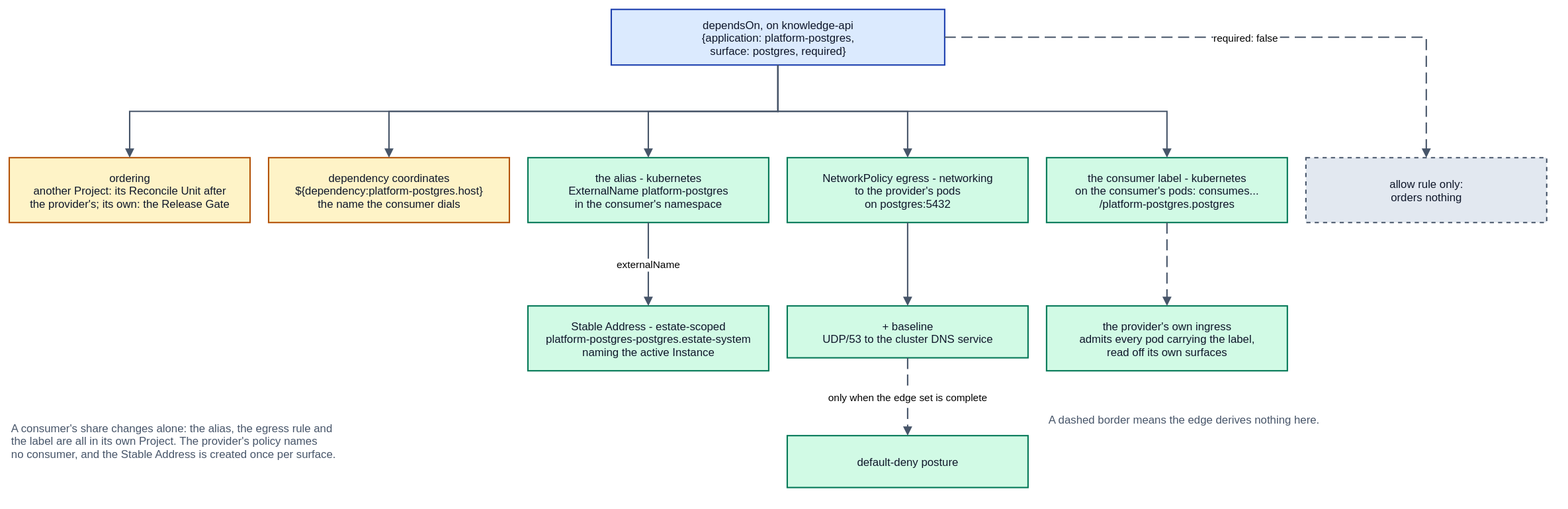
Before: spec/v1/diagrams/16-edge-derives.drawio.svg, a diagram exported from draw.io (JorisJonkers-dev/deploy-kit). Source tidied: cells renumbered, new cells last; positions are measured from the earlier drawing's top-left corner, leaving out a move shared by most shapes. Source of this version:
```xml
<mxGraphModel>
  <root>
    <mxCell id="0" />
    <mxCell id="1" parent="0" />
    <mxCell id="2" value="dependsOn, on knowledge-api&#10;{application: platform-postgres,&#10;surface: postgres, required}" style="rounded=0;whiteSpace=nowrap;html=0;align=center;verticalAlign=middle;fillColor=#dbeafe;strokeColor=#1e40af;strokeWidth=1.5;fontFamily=Helvetica;fontSize=12;fontColor=#0f172a;" parent="1" vertex="1">
      <mxGeometry x="650" width="360" height="60" as="geometry" />
    </mxCell>
    <mxCell id="3" value="ordering&#10;another Project: its Reconcile Unit after&#10;the provider's; its own: the Release Gate" style="rounded=0;whiteSpace=nowrap;html=0;align=center;verticalAlign=middle;fillColor=#fef3c7;strokeColor=#b45309;strokeWidth=1.5;fontFamily=Helvetica;fontSize=12;fontColor=#0f172a;" parent="1" vertex="1">
      <mxGeometry y="160" width="260" height="70" as="geometry" />
    </mxCell>
    <mxCell id="4" value="dependency coordinates&#10;${dependency:platform-postgres.host}&#10;the name the consumer dials" style="rounded=0;whiteSpace=nowrap;html=0;align=center;verticalAlign=middle;fillColor=#fef3c7;strokeColor=#b45309;strokeWidth=1.5;fontFamily=Helvetica;fontSize=12;fontColor=#0f172a;" parent="1" vertex="1">
      <mxGeometry x="280" y="160" width="260" height="70" as="geometry" />
    </mxCell>
    <mxCell id="5" value="the alias - kubernetes&#10;ExternalName platform-postgres&#10;in the consumer's namespace" style="rounded=0;whiteSpace=nowrap;html=0;align=center;verticalAlign=middle;fillColor=#d1fae5;strokeColor=#047857;strokeWidth=1.5;fontFamily=Helvetica;fontSize=12;fontColor=#0f172a;" parent="1" vertex="1">
      <mxGeometry x="560" y="160" width="260" height="70" as="geometry" />
    </mxCell>
    <mxCell id="6" value="NetworkPolicy egress - networking&#10;to the provider's pods&#10;on postgres:5432" style="rounded=0;whiteSpace=nowrap;html=0;align=center;verticalAlign=middle;fillColor=#d1fae5;strokeColor=#047857;strokeWidth=1.5;fontFamily=Helvetica;fontSize=12;fontColor=#0f172a;" parent="1" vertex="1">
      <mxGeometry x="840" y="160" width="260" height="70" as="geometry" />
    </mxCell>
    <mxCell id="7" value="the consumer label - kubernetes&#10;on the consumer's pods: consumes...&#10;/platform-postgres.postgres" style="rounded=0;whiteSpace=nowrap;html=0;align=center;verticalAlign=middle;fillColor=#d1fae5;strokeColor=#047857;strokeWidth=1.5;fontFamily=Helvetica;fontSize=12;fontColor=#0f172a;" parent="1" vertex="1">
      <mxGeometry x="1120" y="160" width="260" height="70" as="geometry" />
    </mxCell>
    <mxCell id="8" value="allow rule only:&#10;orders nothing" style="rounded=0;whiteSpace=nowrap;html=0;align=center;verticalAlign=middle;fillColor=#e2e8f0;strokeColor=#475569;strokeWidth=1.5;fontFamily=Helvetica;fontSize=12;fontColor=#0f172a;dashed=1;" parent="1" vertex="1">
      <mxGeometry x="1400" y="160" width="260" height="70" as="geometry" />
    </mxCell>
    <mxCell id="9" style="edgeStyle=orthogonalEdgeStyle;rounded=0;html=0;jettySize=auto;jumpStyle=arc;jumpSize=8;endArrow=block;endFill=1;strokeColor=#475569;strokeWidth=1.5;fontSize=11;fontFamily=Helvetica;labelBackgroundColor=#ffffff;exitX=0.5;exitY=1;exitDx=0;exitDy=0;entryX=0.5;entryY=0;entryDx=0;entryDy=0;" parent="1" edge="1" source="2" target="3">
      <mxGeometry relative="1" as="geometry" />
    </mxCell>
    <mxCell id="10" style="edgeStyle=orthogonalEdgeStyle;rounded=0;html=0;jettySize=auto;jumpStyle=arc;jumpSize=8;endArrow=block;endFill=1;strokeColor=#475569;strokeWidth=1.5;fontSize=11;fontFamily=Helvetica;labelBackgroundColor=#ffffff;exitX=0.5;exitY=1;exitDx=0;exitDy=0;entryX=0.5;entryY=0;entryDx=0;entryDy=0;" parent="1" edge="1" source="2" target="4">
      <mxGeometry relative="1" as="geometry" />
    </mxCell>
    <mxCell id="11" style="edgeStyle=orthogonalEdgeStyle;rounded=0;html=0;jettySize=auto;jumpStyle=arc;jumpSize=8;endArrow=block;endFill=1;strokeColor=#475569;strokeWidth=1.5;fontSize=11;fontFamily=Helvetica;labelBackgroundColor=#ffffff;exitX=0.5;exitY=1;exitDx=0;exitDy=0;entryX=0.5;entryY=0;entryDx=0;entryDy=0;" parent="1" edge="1" source="2" target="5">
      <mxGeometry relative="1" as="geometry" />
    </mxCell>
    <mxCell id="12" style="edgeStyle=orthogonalEdgeStyle;rounded=0;html=0;jettySize=auto;jumpStyle=arc;jumpSize=8;endArrow=block;endFill=1;strokeColor=#475569;strokeWidth=1.5;fontSize=11;fontFamily=Helvetica;labelBackgroundColor=#ffffff;exitX=0.5;exitY=1;exitDx=0;exitDy=0;entryX=0.5;entryY=0;entryDx=0;entryDy=0;" parent="1" edge="1" source="2" target="6">
      <mxGeometry relative="1" as="geometry" />
    </mxCell>
    <mxCell id="13" style="edgeStyle=orthogonalEdgeStyle;rounded=0;html=0;jettySize=auto;jumpStyle=arc;jumpSize=8;endArrow=block;endFill=1;strokeColor=#475569;strokeWidth=1.5;fontSize=11;fontFamily=Helvetica;labelBackgroundColor=#ffffff;exitX=0.5;exitY=1;exitDx=0;exitDy=0;entryX=0.5;entryY=0;entryDx=0;entryDy=0;" parent="1" edge="1" source="2" target="7">
      <mxGeometry relative="1" as="geometry" />
    </mxCell>
    <mxCell id="14" value="required: false" style="edgeStyle=orthogonalEdgeStyle;rounded=0;html=0;jettySize=auto;jumpStyle=arc;jumpSize=8;endArrow=block;endFill=1;strokeColor=#475569;strokeWidth=1.5;fontSize=11;fontFamily=Helvetica;labelBackgroundColor=#ffffff;exitX=1;exitY=0.5;exitDx=0;exitDy=0;entryX=0.5;entryY=0;entryDx=0;entryDy=0;dashed=1;dashPattern=8 4;" parent="1" edge="1" source="2" target="8">
      <mxGeometry relative="1" as="geometry" />
    </mxCell>
    <mxCell id="15" value="Stable Address - estate-scoped&#10;platform-postgres-postgres.estate-system&#10;naming the active Instance" style="rounded=0;whiteSpace=nowrap;html=0;align=center;verticalAlign=middle;fillColor=#d1fae5;strokeColor=#047857;strokeWidth=1.5;fontFamily=Helvetica;fontSize=12;fontColor=#0f172a;" parent="1" vertex="1">
      <mxGeometry x="560" y="320" width="260" height="70" as="geometry" />
    </mxCell>
    <mxCell id="16" value="+ baseline&#10;UDP/53 to the cluster DNS service" style="rounded=0;whiteSpace=nowrap;html=0;align=center;verticalAlign=middle;fillColor=#d1fae5;strokeColor=#047857;strokeWidth=1.5;fontFamily=Helvetica;fontSize=12;fontColor=#0f172a;" parent="1" vertex="1">
      <mxGeometry x="840" y="320" width="260" height="56" as="geometry" />
    </mxCell>
    <mxCell id="17" value="the provider's own ingress&#10;admits every pod carrying the label,&#10;read off its own surfaces" style="rounded=0;whiteSpace=nowrap;html=0;align=center;verticalAlign=middle;fillColor=#d1fae5;strokeColor=#047857;strokeWidth=1.5;fontFamily=Helvetica;fontSize=12;fontColor=#0f172a;" parent="1" vertex="1">
      <mxGeometry x="1120" y="320" width="260" height="70" as="geometry" />
    </mxCell>
    <mxCell id="18" value="default-deny posture" style="rounded=0;whiteSpace=nowrap;html=0;align=center;verticalAlign=middle;fillColor=#d1fae5;strokeColor=#047857;strokeWidth=1.5;fontFamily=Helvetica;fontSize=12;fontColor=#0f172a;" parent="1" vertex="1">
      <mxGeometry x="840" y="460" width="260" height="56" as="geometry" />
    </mxCell>
    <mxCell id="19" value="externalName" style="edgeStyle=orthogonalEdgeStyle;rounded=0;html=0;jettySize=auto;jumpStyle=arc;jumpSize=8;endArrow=block;endFill=1;strokeColor=#475569;strokeWidth=1.5;fontSize=11;fontFamily=Helvetica;labelBackgroundColor=#ffffff;exitX=0.5;exitY=1;exitDx=0;exitDy=0;entryX=0.5;entryY=0;entryDx=0;entryDy=0;" parent="1" edge="1" source="5" target="15">
      <mxGeometry relative="1" as="geometry" />
    </mxCell>
    <mxCell id="20" style="edgeStyle=orthogonalEdgeStyle;rounded=0;html=0;jettySize=auto;jumpStyle=arc;jumpSize=8;endArrow=block;endFill=1;strokeColor=#475569;strokeWidth=1.5;fontSize=11;fontFamily=Helvetica;labelBackgroundColor=#ffffff;exitX=0.5;exitY=1;exitDx=0;exitDy=0;entryX=0.5;entryY=0;entryDx=0;entryDy=0;" parent="1" edge="1" source="6" target="16">
      <mxGeometry relative="1" as="geometry" />
    </mxCell>
    <mxCell id="21" style="edgeStyle=orthogonalEdgeStyle;rounded=0;html=0;jettySize=auto;jumpStyle=arc;jumpSize=8;endArrow=block;endFill=1;strokeColor=#475569;strokeWidth=1.5;fontSize=11;fontFamily=Helvetica;labelBackgroundColor=#ffffff;exitX=0.5;exitY=1;exitDx=0;exitDy=0;entryX=0.5;entryY=0;entryDx=0;entryDy=0;dashed=1;dashPattern=8 4;" parent="1" edge="1" source="7" target="17">
      <mxGeometry relative="1" as="geometry" />
    </mxCell>
    <mxCell id="22" value="only when the edge set is complete" style="edgeStyle=orthogonalEdgeStyle;rounded=0;html=0;jettySize=auto;jumpStyle=arc;jumpSize=8;endArrow=block;endFill=1;strokeColor=#475569;strokeWidth=1.5;fontSize=11;fontFamily=Helvetica;labelBackgroundColor=#ffffff;exitX=0.5;exitY=1;exitDx=0;exitDy=0;entryX=0.5;entryY=0;entryDx=0;entryDy=0;dashed=1;dashPattern=8 4;" parent="1" edge="1" source="16" target="18">
      <mxGeometry relative="1" as="geometry" />
    </mxCell>
    <mxCell id="23" value="A consumer's share changes alone: the alias, the egress rule and&#10;the label are all in its own Project. The provider's policy names&#10;no consumer, and the Stable Address is created once per surface." style="text;html=0;strokeColor=none;fillColor=none;align=left;verticalAlign=middle;fontFamily=Helvetica;fontSize=12;fontColor=#475569;" parent="1" vertex="1">
      <mxGeometry y="430" width="520" height="70" as="geometry" />
    </mxCell>
    <mxCell id="24" value="A dashed border means the edge derives nothing here." style="text;html=0;strokeColor=none;fillColor=none;align=left;verticalAlign=middle;fontFamily=Helvetica;fontSize=12;fontColor=#475569;" parent="1" vertex="1">
      <mxGeometry x="1120" y="430" width="540" height="24" as="geometry" />
    </mxCell>
  </root>
</mxGraphModel>
```
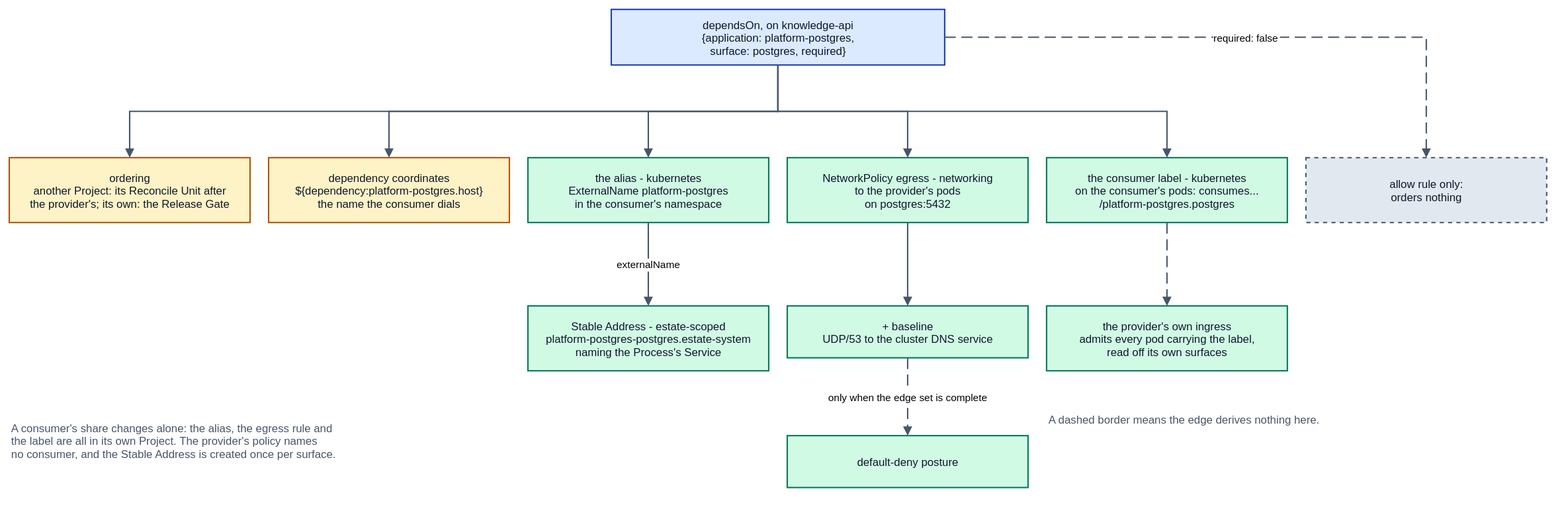
The same file after the commit.

Change to the diagram source:
```diff
@@ -41,7 +41,7 @@
     <mxCell id="14" value="required: false" style="edgeStyle=orthogonalEdgeStyle;rounded=0;html=0;jettySize=auto;jumpStyle=arc;jumpSize=8;endArrow=block;endFill=1;strokeColor=#475569;strokeWidth=1.5;fontSize=11;fontFamily=Helvetica;labelBackgroundColor=#ffffff;exitX=1;exitY=0.5;exitDx=0;exitDy=0;entryX=0.5;entryY=0;entryDx=0;entryDy=0;dashed=1;dashPattern=8 4;" parent="1" edge="1" source="2" target="8">
       <mxGeometry relative="1" as="geometry" />
     </mxCell>
-    <mxCell id="15" value="Stable Address - estate-scoped&#10;platform-postgres-postgres.estate-system&#10;naming the active Instance" style="rounded=0;whiteSpace=nowrap;html=0;align=center;verticalAlign=middle;fillColor=#d1fae5;strokeColor=#047857;strokeWidth=1.5;fontFamily=Helvetica;fontSize=12;fontColor=#0f172a;" parent="1" vertex="1">
+    <mxCell id="15" value="Stable Address - estate-scoped&#10;platform-postgres-postgres.estate-system&#10;naming the Process's Service" style="rounded=0;whiteSpace=nowrap;html=0;align=center;verticalAlign=middle;fillColor=#d1fae5;strokeColor=#047857;strokeWidth=1.5;fontFamily=Helvetica;fontSize=12;fontColor=#0f172a;" parent="1" vertex="1">
       <mxGeometry x="560" y="320" width="260" height="70" as="geometry" />
     </mxCell>
     <mxCell id="16" value="+ baseline&#10;UDP/53 to the cluster DNS service" style="rounded=0;whiteSpace=nowrap;html=0;align=center;verticalAlign=middle;fillColor=#d1fae5;strokeColor=#047857;strokeWidth=1.5;fontFamily=Helvetica;fontSize=12;fontColor=#0f172a;" parent="1" vertex="1">
```
